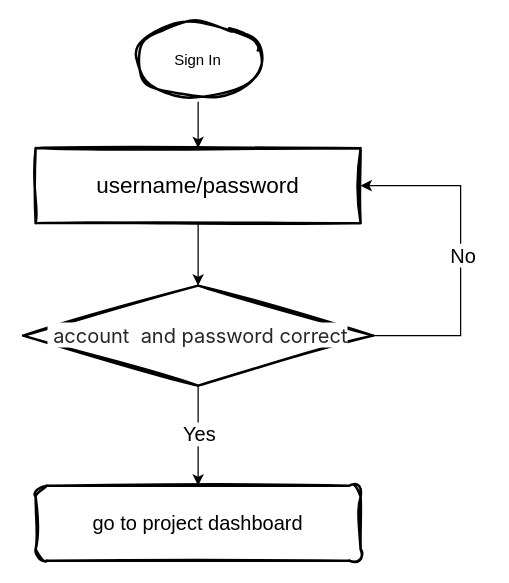
vinoMamba/draw.io keeps this draw.io diagram as Erd/未命名绘图.drawio. Above is the earlier version. Source tidied: cells renumbered, new cells numbered last; positions are measured from the earlier drawing's top-left corner, leaving out a move shared by most shapes. Both pictures are drawn from the tidied source at 125%, with x=0, y=0 at pixel (22, 22).
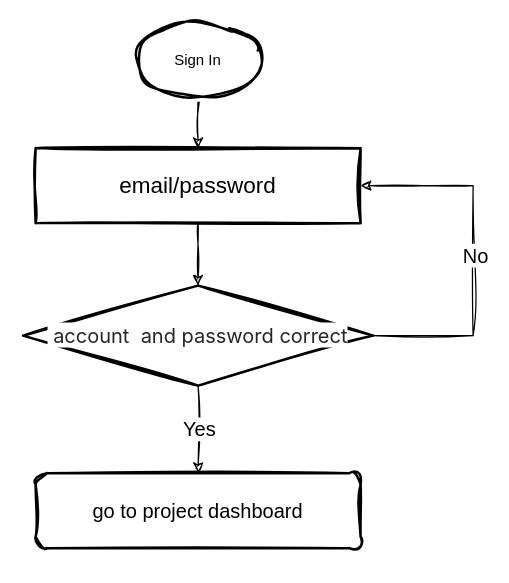
The same diagram, later.

Commit message (it also covers changes not shown here):
更新未命名绘图.drawio

Diff of the diagram source:
```diff
@@
 <mxGraphModel>
   <root>
     <mxCell id="0" />
     <mxCell id="1" parent="0" />
-    <mxCell id="2" style="edgeStyle=orthogonalEdgeStyle;rounded=0;jettySize=auto;html=1;" parent="1" edge="1" source="3" target="5">
+    <mxCell id="2" style="edgeStyle=orthogonalEdgeStyle;rounded=0;jettySize=auto;html=1;sketch=1;curveFitting=1;jiggle=2;" parent="1" edge="1" source="3" target="5">
       <mxGeometry relative="1" as="geometry" />
     </mxCell>
     <mxCell id="3" value="Sign In" style="strokeWidth=2;html=1;shape=mxgraph.flowchart.start_1;whiteSpace=wrap;sketch=1;curveFitting=1;jiggle=2;" parent="1" vertex="1">
       <mxGeometry x="90" width="100" height="60" as="geometry" />
     </mxCell>
-    <mxCell id="4" style="edgeStyle=orthogonalEdgeStyle;rounded=0;jettySize=auto;html=1;" parent="1" edge="1" source="5" target="10">
+    <mxCell id="4" style="edgeStyle=orthogonalEdgeStyle;rounded=0;jettySize=auto;html=1;sketch=1;curveFitting=1;jiggle=2;" parent="1" edge="1" source="5" target="10">
       <mxGeometry relative="1" as="geometry" />
     </mxCell>
-    <mxCell id="5" value="username/password" style="whiteSpace=wrap;html=1;strokeWidth=2;sketch=1;curveFitting=1;jiggle=2;fontSize=18;" parent="1" vertex="1">
+    <mxCell id="5" value="email/password" style="whiteSpace=wrap;html=1;strokeWidth=2;fontSize=18;sketch=1;curveFitting=1;jiggle=2;" parent="1" vertex="1">
       <mxGeometry x="10" y="100" width="260" height="60" as="geometry" />
     </mxCell>
-    <mxCell id="6" style="edgeStyle=orthogonalEdgeStyle;rounded=0;jettySize=auto;html=1;" parent="1" edge="1" source="10" target="11">
+    <mxCell id="6" style="edgeStyle=orthogonalEdgeStyle;rounded=0;jettySize=auto;html=1;sketch=1;curveFitting=1;jiggle=2;" parent="1" edge="1" source="10" target="11">
       <mxGeometry relative="1" as="geometry" />
     </mxCell>
-    <mxCell id="7" value="Yes" style="edgeLabel;html=1;align=center;verticalAlign=middle;fontSize=16;" parent="6" vertex="1">
+    <mxCell id="7" value="Yes" style="edgeLabel;html=1;align=center;verticalAlign=middle;fontSize=16;sketch=1;curveFitting=1;jiggle=2;" parent="6" vertex="1">
       <mxGeometry x="-0.04" relative="1" as="geometry" />
     </mxCell>
-    <mxCell id="8" style="edgeStyle=orthogonalEdgeStyle;rounded=0;jettySize=auto;html=1;exitX=1;exitY=0.5;exitDx=0;exitDy=0;entryX=1;entryY=0.5;entryDx=0;entryDy=0;" parent="1" edge="1" source="10" target="5">
+    <mxCell id="8" style="edgeStyle=orthogonalEdgeStyle;rounded=0;jettySize=auto;html=1;exitX=1;exitY=0.5;exitDx=0;exitDy=0;entryX=1;entryY=0.5;entryDx=0;entryDy=0;sketch=1;curveFitting=1;jiggle=2;" parent="1" edge="1" source="10" target="5">
       <mxGeometry relative="1" as="geometry">
         <Array as="points">
-          <mxPoint x="350" y="250" />
-          <mxPoint x="350" y="130" />
+          <mxPoint x="360" y="250" />
+          <mxPoint x="360" y="130" />
         </Array>
       </mxGeometry>
     </mxCell>
-    <mxCell id="9" value="No" style="edgeLabel;html=1;align=center;verticalAlign=middle;fontSize=16;" parent="8" vertex="1">
+    <mxCell id="9" value="No" style="edgeLabel;html=1;align=center;verticalAlign=middle;fontSize=16;sketch=1;curveFitting=1;jiggle=2;" parent="8" vertex="1">
       <mxGeometry y="-1" relative="1" as="geometry" />
     </mxCell>
     <mxCell id="10" value="&lt;span style=&quot;font-size: 16px; text-align: start; caret-color: rgba(0, 0, 0, 0.85); color: rgba(0, 0, 0, 0.85); font-family: Inter, -apple-system, BlinkMacSystemFont, &amp;quot;Segoe UI&amp;quot;, &amp;quot;SF Pro SC&amp;quot;, &amp;quot;SF Pro Display&amp;quot;, &amp;quot;SF Pro Icons&amp;quot;, &amp;quot;PingFang SC&amp;quot;, &amp;quot;Hiragino Sans GB&amp;quot;, &amp;quot;Microsoft YaHei&amp;quot;, &amp;quot;Helvetica Neue&amp;quot;, Helvetica, Arial, sans-serif; background-color: rgb(255, 255, 255);&quot;&gt;&amp;nbsp;account &amp;nbsp;and password correct&lt;/span&gt;" style="rhombus;whiteSpace=wrap;html=1;strokeWidth=2;sketch=1;curveFitting=1;jiggle=2;" parent="1" vertex="1">
       <mxGeometry y="210" width="280" height="80" as="geometry" />
     </mxCell>
-    <mxCell id="11" value="go to project dashboard" style="rounded=1;whiteSpace=wrap;html=1;strokeWidth=2;sketch=1;curveFitting=1;jiggle=2;fontSize=16;" parent="1" vertex="1">
-      <mxGeometry x="10" y="370" width="260" height="60" as="geometry" />
+    <mxCell id="11" value="go to project dashboard" style="rounded=1;whiteSpace=wrap;html=1;strokeWidth=2;fontSize=16;sketch=1;curveFitting=1;jiggle=2;" parent="1" vertex="1">
+      <mxGeometry x="10" y="360" width="260" height="60" as="geometry" />
     </mxCell>
   </root>
 </mxGraphModel>
```
